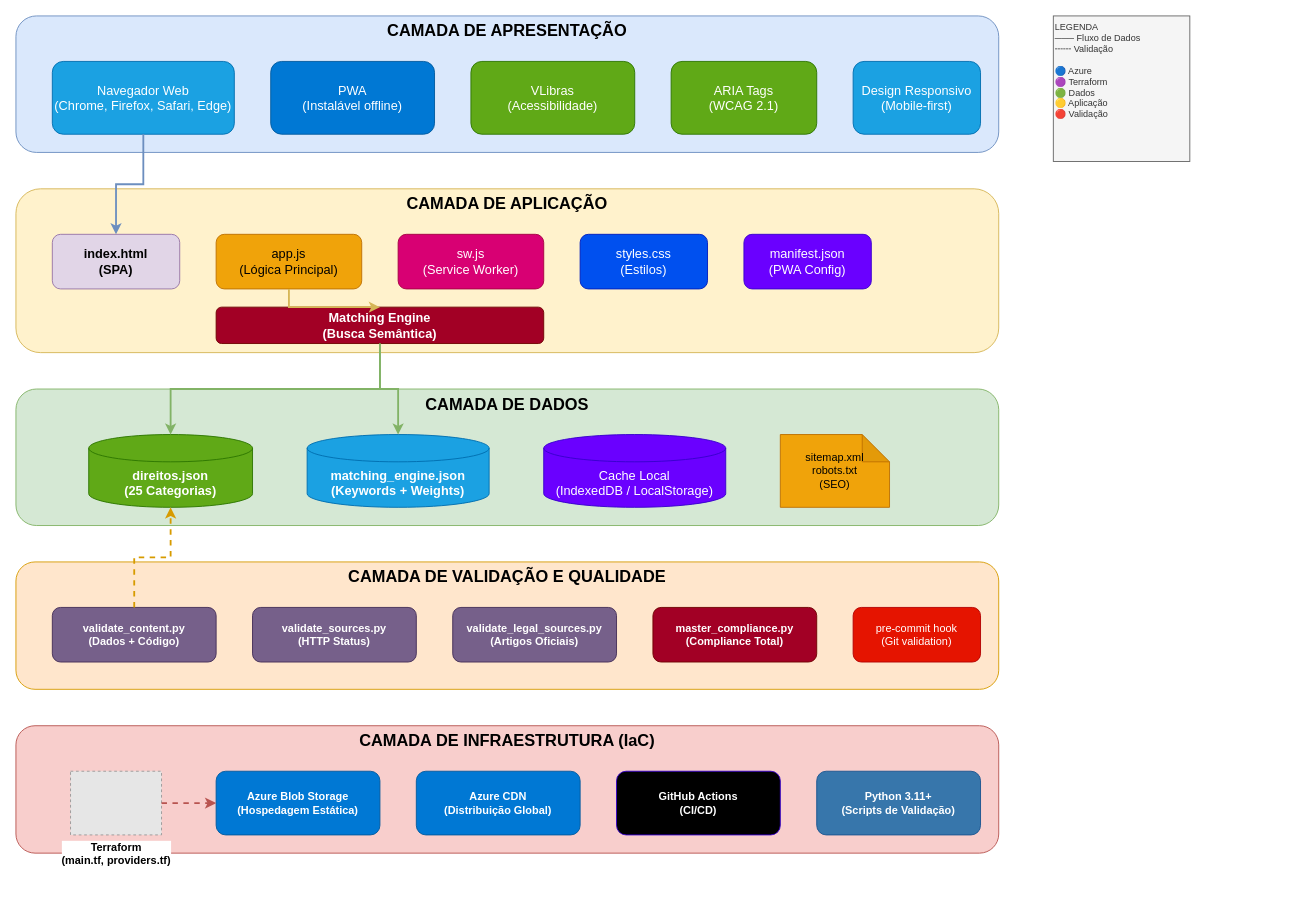
fabiotreze/nossodireito keeps this draw.io diagram as docs/ARCHITECTURE.drawio.xml. Above is the earlier version. Source tidied: cells renumbered, new cells numbered last; positions are measured from the earlier drawing's top-left corner, leaving out a move shared by most shapes. Both pictures are drawn from the tidied source at 91%, with x=0, y=0 at pixel (15, 15). Pictures stored in the file or linked from it are replaced by grey dashed boxes.
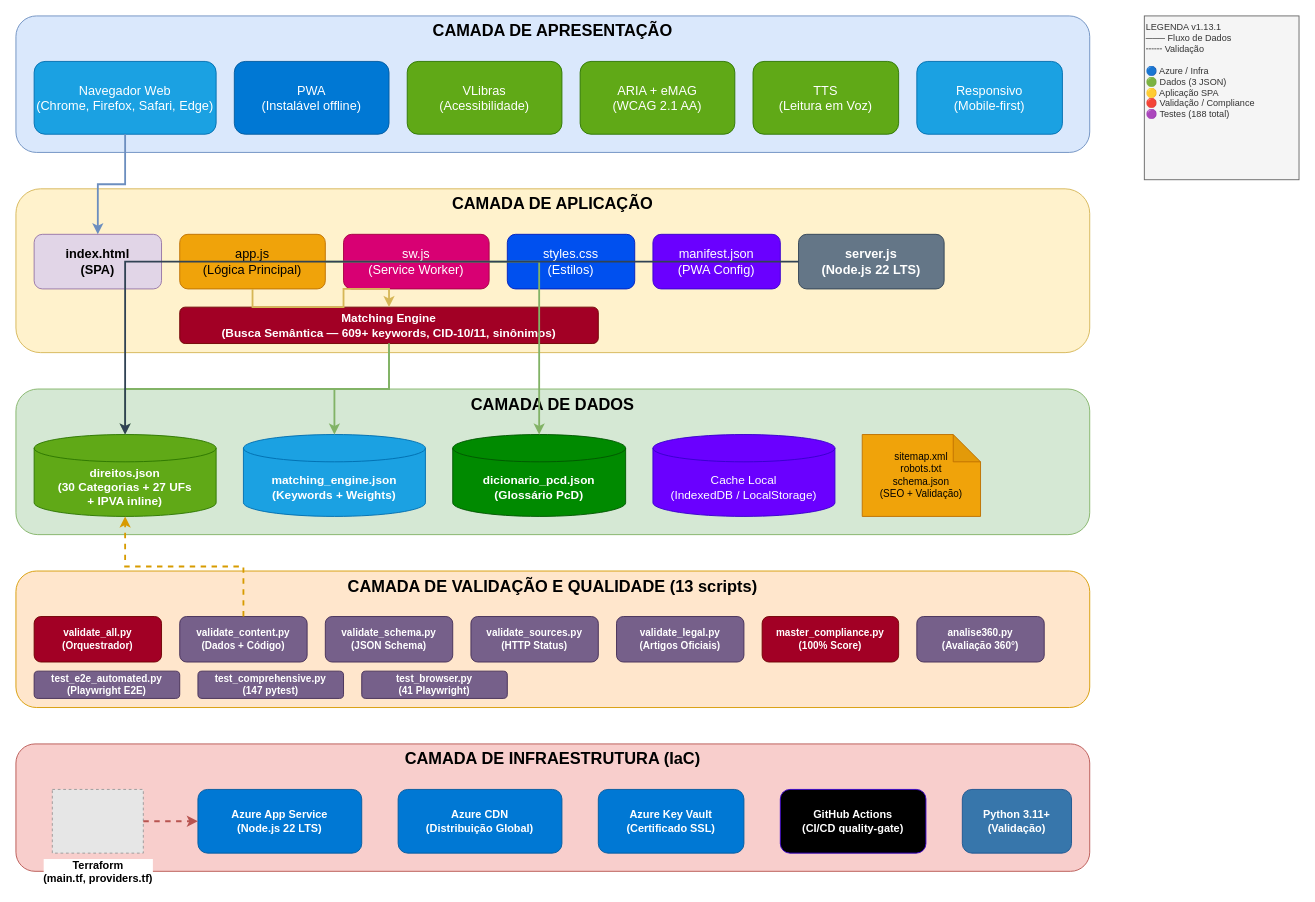
After the change.

Change to the diagram source:
```diff
@@
     <mxCell id="2" value="CAMADA DE APRESENTAÇÃO" style="rounded=1;whiteSpace=wrap;html=1;fillColor=#dae8fc;strokeColor=#6c8ebf;fontSize=18;fontStyle=1;verticalAlign=top;" parent="1" vertex="1">
-      <mxGeometry width="1080" height="150" as="geometry" />
+      <mxGeometry width="1180" height="150" as="geometry" />
     </mxCell>
     <mxCell id="3" value="Navegador Web&#10;(Chrome, Firefox, Safari, Edge)" style="rounded=1;whiteSpace=wrap;html=1;fillColor=#1ba1e2;fontColor=#ffffff;strokeColor=#006EAF;fontSize=14;" parent="1" vertex="1">
-      <mxGeometry x="40" y="50" width="200" height="80" as="geometry" />
+      <mxGeometry x="20" y="50" width="200" height="80" as="geometry" />
     </mxCell>
     <mxCell id="4" value="PWA&#10;(Instalável offline)" style="rounded=1;whiteSpace=wrap;html=1;fillColor=#0078d4;fontColor=#ffffff;strokeColor=#005a9e;fontSize=14;" parent="1" vertex="1">
-      <mxGeometry x="280" y="50" width="180" height="80" as="geometry" />
+      <mxGeometry x="240" y="50" width="170" height="80" as="geometry" />
     </mxCell>
     <mxCell id="5" value="VLibras&#10;(Acessibilidade)" style="rounded=1;whiteSpace=wrap;html=1;fillColor=#60a917;fontColor=#ffffff;strokeColor=#2D7600;fontSize=14;" parent="1" vertex="1">
-      <mxGeometry x="500" y="50" width="180" height="80" as="geometry" />
+      <mxGeometry x="430" y="50" width="170" height="80" as="geometry" />
     </mxCell>
-    <mxCell id="6" value="ARIA Tags&#10;(WCAG 2.1)" style="rounded=1;whiteSpace=wrap;html=1;fillColor=#60a917;fontColor=#ffffff;strokeColor=#2D7600;fontSize=14;" parent="1" vertex="1">
-      <mxGeometry x="720" y="50" width="160" height="80" as="geometry" />
+    <mxCell id="6" value="ARIA + eMAG&#10;(WCAG 2.1 AA)" style="rounded=1;whiteSpace=wrap;html=1;fillColor=#60a917;fontColor=#ffffff;strokeColor=#2D7600;fontSize=14;" parent="1" vertex="1">
+      <mxGeometry x="620" y="50" width="170" height="80" as="geometry" />
     </mxCell>
+    <mxCell id="39" value="TTS&#10;(Leitura em Voz)" style="rounded=1;whiteSpace=wrap;html=1;fillColor=#60a917;fontColor=#ffffff;strokeColor=#2D7600;fontSize=14;" parent="1" vertex="1">
+      <mxGeometry x="810" y="50" width="160" height="80" as="geometry" />
+    </mxCell>
-    <mxCell id="7" value="Design Responsivo&#10;(Mobile-first)" style="rounded=1;whiteSpace=wrap;html=1;fillColor=#1ba1e2;fontColor=#ffffff;strokeColor=#006EAF;fontSize=14;" parent="1" vertex="1">
-      <mxGeometry x="920" y="50" width="140" height="80" as="geometry" />
+    <mxCell id="7" value="Responsivo&#10;(Mobile-first)" style="rounded=1;whiteSpace=wrap;html=1;fillColor=#1ba1e2;fontColor=#ffffff;strokeColor=#006EAF;fontSize=14;" parent="1" vertex="1">
+      <mxGeometry x="990" y="50" width="160" height="80" as="geometry" />
     </mxCell>
     <mxCell id="8" value="CAMADA DE APLICAÇÃO" style="rounded=1;whiteSpace=wrap;html=1;fillColor=#fff2cc;strokeColor=#d6b656;fontSize=18;fontStyle=1;verticalAlign=top;" parent="1" vertex="1">
-      <mxGeometry y="190" width="1080" height="180" as="geometry" />
+      <mxGeometry y="190" width="1180" height="180" as="geometry" />
     </mxCell>
     <mxCell id="9" value="index.html&#10;(SPA)" style="rounded=1;whiteSpace=wrap;html=1;fillColor=#e1d5e7;strokeColor=#9673a6;fontSize=14;fontStyle=1;" parent="1" vertex="1">
-      <mxGeometry x="40" y="240" width="140" height="60" as="geometry" />
+      <mxGeometry x="20" y="240" width="140" height="60" as="geometry" />
     </mxCell>
     <mxCell id="10" value="app.js&#10;(Lógica Principal)" style="rounded=1;whiteSpace=wrap;html=1;fillColor=#f0a30a;fontColor=#000000;strokeColor=#BD7000;fontSize=14;" parent="1" vertex="1">
-      <mxGeometry x="220" y="240" width="160" height="60" as="geometry" />
+      <mxGeometry x="180" y="240" width="160" height="60" as="geometry" />
     </mxCell>
     <mxCell id="11" value="sw.js&#10;(Service Worker)" style="rounded=1;whiteSpace=wrap;html=1;fillColor=#d80073;fontColor=#ffffff;strokeColor=#A50040;fontSize=14;" parent="1" vertex="1">
-      <mxGeometry x="420" y="240" width="160" height="60" as="geometry" />
+      <mxGeometry x="360" y="240" width="160" height="60" as="geometry" />
     </mxCell>
     <mxCell id="12" value="styles.css&#10;(Estilos)" style="rounded=1;whiteSpace=wrap;html=1;fillColor=#0050ef;fontColor=#ffffff;strokeColor=#001DBC;fontSize=14;" parent="1" vertex="1">
-      <mxGeometry x="620" y="240" width="140" height="60" as="geometry" />
+      <mxGeometry x="540" y="240" width="140" height="60" as="geometry" />
     </mxCell>
     <mxCell id="13" value="manifest.json&#10;(PWA Config)" style="rounded=1;whiteSpace=wrap;html=1;fillColor=#6a00ff;fontColor=#ffffff;strokeColor=#3700CC;fontSize=14;" parent="1" vertex="1">
-      <mxGeometry x="800" y="240" width="140" height="60" as="geometry" />
+      <mxGeometry x="700" y="240" width="140" height="60" as="geometry" />
     </mxCell>
+    <mxCell id="40" value="server.js&#10;(Node.js 22 LTS)" style="rounded=1;whiteSpace=wrap;html=1;fillColor=#647687;fontColor=#ffffff;strokeColor=#314354;fontSize=14;fontStyle=1;" parent="1" vertex="1">
+      <mxGeometry x="860" y="240" width="160" height="60" as="geometry" />
+    </mxCell>
-    <mxCell id="14" value="Matching Engine&#10;(Busca Semântica)" style="rounded=1;whiteSpace=wrap;html=1;fillColor=#a20025;fontColor=#ffffff;strokeColor=#6F0000;fontSize=14;fontStyle=1;" parent="1" vertex="1">
-      <mxGeometry x="220" y="320" width="360" height="40" as="geometry" />
+    <mxCell id="14" value="Matching Engine&#10;(Busca Semântica — 609+ keywords, CID-10/11, sinônimos)" style="rounded=1;whiteSpace=wrap;html=1;fillColor=#a20025;fontColor=#ffffff;strokeColor=#6F0000;fontSize=13;fontStyle=1;" parent="1" vertex="1">
+      <mxGeometry x="180" y="320" width="460" height="40" as="geometry" />
     </mxCell>
     <mxCell id="15" value="CAMADA DE DADOS" style="rounded=1;whiteSpace=wrap;html=1;fillColor=#d5e8d4;strokeColor=#82b366;fontSize=18;fontStyle=1;verticalAlign=top;" parent="1" vertex="1">
-      <mxGeometry y="410" width="1080" height="150" as="geometry" />
+      <mxGeometry y="410" width="1180" height="160" as="geometry" />
     </mxCell>
-    <mxCell id="16" value="direitos.json&#10;(25 Categorias)" style="shape=cylinder3;whiteSpace=wrap;html=1;boundedLbl=1;backgroundOutline=1;size=15;fillColor=#60a917;fontColor=#ffffff;strokeColor=#2D7600;fontSize=14;fontStyle=1;" parent="1" vertex="1">
-      <mxGeometry x="80" y="460" width="180" height="80" as="geometry" />
+    <mxCell id="16" value="direitos.json&#10;(30 Categorias + 27 UFs&#10;+ IPVA inline)" style="shape=cylinder3;whiteSpace=wrap;html=1;boundedLbl=1;backgroundOutline=1;size=15;fillColor=#60a917;fontColor=#ffffff;strokeColor=#2D7600;fontSize=13;fontStyle=1;" parent="1" vertex="1">
+      <mxGeometry x="20" y="460" width="200" height="90" as="geometry" />
     </mxCell>
-    <mxCell id="17" value="matching_engine.json&#10;(Keywords + Weights)" style="shape=cylinder3;whiteSpace=wrap;html=1;boundedLbl=1;backgroundOutline=1;size=15;fillColor=#1ba1e2;fontColor=#ffffff;strokeColor=#006EAF;fontSize=14;fontStyle=1;" parent="1" vertex="1">
-      <mxGeometry x="320" y="460" width="200" height="80" as="geometry" />
+    <mxCell id="17" value="matching_engine.json&#10;(Keywords + Weights)" style="shape=cylinder3;whiteSpace=wrap;html=1;boundedLbl=1;backgroundOutline=1;size=15;fillColor=#1ba1e2;fontColor=#ffffff;strokeColor=#006EAF;fontSize=13;fontStyle=1;" parent="1" vertex="1">
+      <mxGeometry x="250" y="460" width="200" height="90" as="geometry" />
     </mxCell>
+    <mxCell id="41" value="dicionario_pcd.json&#10;(Glossário PcD)" style="shape=cylinder3;whiteSpace=wrap;html=1;boundedLbl=1;backgroundOutline=1;size=15;fillColor=#008a00;fontColor=#ffffff;strokeColor=#005700;fontSize=13;fontStyle=1;" parent="1" vertex="1">
+      <mxGeometry x="480" y="460" width="190" height="90" as="geometry" />
+    </mxCell>
-    <mxCell id="18" value="Cache Local&#10;(IndexedDB / LocalStorage)" style="shape=cylinder3;whiteSpace=wrap;html=1;boundedLbl=1;backgroundOutline=1;size=15;fillColor=#6a00ff;fontColor=#ffffff;strokeColor=#3700CC;fontSize=14;" parent="1" vertex="1">
-      <mxGeometry x="580" y="460" width="200" height="80" as="geometry" />
+    <mxCell id="18" value="Cache Local&#10;(IndexedDB / LocalStorage)" style="shape=cylinder3;whiteSpace=wrap;html=1;boundedLbl=1;backgroundOutline=1;size=15;fillColor=#6a00ff;fontColor=#ffffff;strokeColor=#3700CC;fontSize=13;" parent="1" vertex="1">
+      <mxGeometry x="700" y="460" width="200" height="90" as="geometry" />
     </mxCell>
-    <mxCell id="19" value="sitemap.xml&#10;robots.txt&#10;(SEO)" style="shape=note;whiteSpace=wrap;html=1;backgroundOutline=1;darkOpacity=0.05;fillColor=#f0a30a;strokeColor=#BD7000;fontSize=12;" parent="1" vertex="1">
-      <mxGeometry x="840" y="460" width="120" height="80" as="geometry" />
+    <mxCell id="19" value="sitemap.xml&#10;robots.txt&#10;schema.json&#10;(SEO + Validação)" style="shape=note;whiteSpace=wrap;html=1;backgroundOutline=1;darkOpacity=0.05;fillColor=#f0a30a;strokeColor=#BD7000;fontSize=11;" parent="1" vertex="1">
+      <mxGeometry x="930" y="460" width="130" height="90" as="geometry" />
     </mxCell>
-    <mxCell id="20" value="CAMADA DE VALIDAÇÃO E QUALIDADE" style="rounded=1;whiteSpace=wrap;html=1;fillColor=#ffe6cc;strokeColor=#d79b00;fontSize=18;fontStyle=1;verticalAlign=top;" parent="1" vertex="1">
-      <mxGeometry y="600" width="1080" height="140" as="geometry" />
+    <mxCell id="20" value="CAMADA DE VALIDAÇÃO E QUALIDADE (13 scripts)" style="rounded=1;whiteSpace=wrap;html=1;fillColor=#ffe6cc;strokeColor=#d79b00;fontSize=18;fontStyle=1;verticalAlign=top;" parent="1" vertex="1">
+      <mxGeometry y="610" width="1180" height="150" as="geometry" />
     </mxCell>
+    <mxCell id="42" value="validate_all.py&#10;(Orquestrador)" style="rounded=1;whiteSpace=wrap;html=1;fillColor=#a20025;fontColor=#ffffff;strokeColor=#6F0000;fontSize=11;fontStyle=1;" parent="1" vertex="1">
+      <mxGeometry x="20" y="660" width="140" height="50" as="geometry" />
+    </mxCell>
-    <mxCell id="21" value="validate_content.py&#10;(Dados + Código)" style="rounded=1;whiteSpace=wrap;html=1;fillColor=#76608a;fontColor=#ffffff;strokeColor=#432D57;fontSize=12;fontStyle=1;" parent="1" vertex="1">
-      <mxGeometry x="40" y="650" width="180" height="60" as="geometry" />
+    <mxCell id="21" value="validate_content.py&#10;(Dados + Código)" style="rounded=1;whiteSpace=wrap;html=1;fillColor=#76608a;fontColor=#ffffff;strokeColor=#432D57;fontSize=11;fontStyle=1;" parent="1" vertex="1">
+      <mxGeometry x="180" y="660" width="140" height="50" as="geometry" />
     </mxCell>
+    <mxCell id="43" value="validate_schema.py&#10;(JSON Schema)" style="rounded=1;whiteSpace=wrap;html=1;fillColor=#76608a;fontColor=#ffffff;strokeColor=#432D57;fontSize=11;fontStyle=1;" parent="1" vertex="1">
+      <mxGeometry x="340" y="660" width="140" height="50" as="geometry" />
+    </mxCell>
-    <mxCell id="22" value="validate_sources.py&#10;(HTTP Status)" style="rounded=1;whiteSpace=wrap;html=1;fillColor=#76608a;fontColor=#ffffff;strokeColor=#432D57;fontSize=12;fontStyle=1;" parent="1" vertex="1">
-      <mxGeometry x="260" y="650" width="180" height="60" as="geometry" />
+    <mxCell id="22" value="validate_sources.py&#10;(HTTP Status)" style="rounded=1;whiteSpace=wrap;html=1;fillColor=#76608a;fontColor=#ffffff;strokeColor=#432D57;fontSize=11;fontStyle=1;" parent="1" vertex="1">
+      <mxGeometry x="500" y="660" width="140" height="50" as="geometry" />
     </mxCell>
-    <mxCell id="23" value="validate_legal_sources.py&#10;(Artigos Oficiais)" style="rounded=1;whiteSpace=wrap;html=1;fillColor=#76608a;fontColor=#ffffff;strokeColor=#432D57;fontSize=12;fontStyle=1;" parent="1" vertex="1">
-      <mxGeometry x="480" y="650" width="180" height="60" as="geometry" />
+    <mxCell id="23" value="validate_legal.py&#10;(Artigos Oficiais)" style="rounded=1;whiteSpace=wrap;html=1;fillColor=#76608a;fontColor=#ffffff;strokeColor=#432D57;fontSize=11;fontStyle=1;" parent="1" vertex="1">
+      <mxGeometry x="660" y="660" width="140" height="50" as="geometry" />
     </mxCell>
-    <mxCell id="24" value="master_compliance.py&#10;(Compliance Total)" style="rounded=1;whiteSpace=wrap;html=1;fillColor=#a20025;fontColor=#ffffff;strokeColor=#6F0000;fontSize=12;fontStyle=1;" parent="1" vertex="1">
-      <mxGeometry x="700" y="650" width="180" height="60" as="geometry" />
+    <mxCell id="24" value="master_compliance.py&#10;(100% Score)" style="rounded=1;whiteSpace=wrap;html=1;fillColor=#a20025;fontColor=#ffffff;strokeColor=#6F0000;fontSize=11;fontStyle=1;" parent="1" vertex="1">
+      <mxGeometry x="820" y="660" width="150" height="50" as="geometry" />
     </mxCell>
-    <mxCell id="25" value="pre-commit hook&#10;(Git validation)" style="rounded=1;whiteSpace=wrap;html=1;fillColor=#e51400;fontColor=#ffffff;strokeColor=#B20000;fontSize=12;" parent="1" vertex="1">
-      <mxGeometry x="920" y="650" width="140" height="60" as="geometry" />
-    </mxCell>
+    <mxCell id="44" value="analise360.py&#10;(Avaliação 360°)" style="rounded=1;whiteSpace=wrap;html=1;fillColor=#76608a;fontColor=#ffffff;strokeColor=#432D57;fontSize=11;fontStyle=1;" parent="1" vertex="1">
+      <mxGeometry x="990" y="660" width="140" height="50" as="geometry" />
+    </mxCell>
+    <mxCell id="45" value="test_e2e_automated.py&#10;(Playwright E2E)" style="rounded=1;whiteSpace=wrap;html=1;fillColor=#76608a;fontColor=#ffffff;strokeColor=#432D57;fontSize=11;fontStyle=1;" parent="1" vertex="1">
+      <mxGeometry x="20" y="720" width="160" height="30" as="geometry" />
+    </mxCell>
+    <mxCell id="46" value="test_comprehensive.py&#10;(147 pytest)" style="rounded=1;whiteSpace=wrap;html=1;fillColor=#76608a;fontColor=#ffffff;strokeColor=#432D57;fontSize=11;fontStyle=1;" parent="1" vertex="1">
+      <mxGeometry x="200" y="720" width="160" height="30" as="geometry" />
+    </mxCell>
+    <mxCell id="47" value="test_browser.py&#10;(41 Playwright)" style="rounded=1;whiteSpace=wrap;html=1;fillColor=#76608a;fontColor=#ffffff;strokeColor=#432D57;fontSize=11;fontStyle=1;" parent="1" vertex="1">
+      <mxGeometry x="380" y="720" width="160" height="30" as="geometry" />
+    </mxCell>
     <mxCell id="26" value="CAMADA DE INFRAESTRUTURA (IaC)" style="rounded=1;whiteSpace=wrap;html=1;fillColor=#f8cecc;strokeColor=#b85450;fontSize=18;fontStyle=1;verticalAlign=top;" parent="1" vertex="1">
-      <mxGeometry y="780" width="1080" height="140" as="geometry" />
+      <mxGeometry y="800" width="1180" height="140" as="geometry" />
     </mxCell>
     <mxCell id="27" value="Terraform&#10;(main.tf, providers.tf)" style="fillColor=#E6E6E6;strokeColor=#999999;dashed=1;html=1;verticalAlign=top;verticalLabelPosition=bottom;labelBackgroundColor=#ffffff;fontSize=12;fontStyle=1;" parent="1" vertex="1">
-      <mxGeometry x="60" y="830" width="100" height="70" as="geometry" />
+      <mxGeometry x="40" y="850" width="100" height="70" as="geometry" />
     </mxCell>
-    <mxCell id="28" value="Azure Blob Storage&#10;(Hospedagem Estática)" style="rounded=1;whiteSpace=wrap;html=1;fillColor=#0078d4;fontColor=#ffffff;strokeColor=#005a9e;fontSize=12;fontStyle=1;" parent="1" vertex="1">
-      <mxGeometry x="220" y="830" width="180" height="70" as="geometry" />
+    <mxCell id="28" value="Azure App Service&#10;(Node.js 22 LTS)" style="rounded=1;whiteSpace=wrap;html=1;fillColor=#0078d4;fontColor=#ffffff;strokeColor=#005a9e;fontSize=12;fontStyle=1;" parent="1" vertex="1">
+      <mxGeometry x="200" y="850" width="180" height="70" as="geometry" />
     </mxCell>
     <mxCell id="29" value="Azure CDN&#10;(Distribuição Global)" style="rounded=1;whiteSpace=wrap;html=1;fillColor=#0078d4;fontColor=#ffffff;strokeColor=#005a9e;fontSize=12;fontStyle=1;" parent="1" vertex="1">
-      <mxGeometry x="440" y="830" width="180" height="70" as="geometry" />
+      <mxGeometry x="420" y="850" width="180" height="70" as="geometry" />
     </mxCell>
+    <mxCell id="48" value="Azure Key Vault&#10;(Certificado SSL)" style="rounded=1;whiteSpace=wrap;html=1;fillColor=#0078d4;fontColor=#ffffff;strokeColor=#005a9e;fontSize=12;fontStyle=1;" parent="1" vertex="1">
+      <mxGeometry x="640" y="850" width="160" height="70" as="geometry" />
+    </mxCell>
-    <mxCell id="30" value="GitHub Actions&#10;(CI/CD)" style="rounded=1;whiteSpace=wrap;html=1;fillColor=#000000;fontColor=#ffffff;strokeColor=#3700CC;fontSize=12;fontStyle=1;" parent="1" vertex="1">
-      <mxGeometry x="660" y="830" width="180" height="70" as="geometry" />
+    <mxCell id="30" value="GitHub Actions&#10;(CI/CD quality-gate)" style="rounded=1;whiteSpace=wrap;html=1;fillColor=#000000;fontColor=#ffffff;strokeColor=#3700CC;fontSize=12;fontStyle=1;" parent="1" vertex="1">
+      <mxGeometry x="840" y="850" width="160" height="70" as="geometry" />
     </mxCell>
-    <mxCell id="31" value="Python 3.11+&#10;(Scripts de Validação)" style="rounded=1;whiteSpace=wrap;html=1;fillColor=#3776ab;fontColor=#ffffff;strokeColor=#1a5490;fontSize=12;fontStyle=1;" parent="1" vertex="1">
-      <mxGeometry x="880" y="830" width="180" height="70" as="geometry" />
+    <mxCell id="31" value="Python 3.11+&#10;(Validação)" style="rounded=1;whiteSpace=wrap;html=1;fillColor=#3776ab;fontColor=#ffffff;strokeColor=#1a5490;fontSize=12;fontStyle=1;" parent="1" vertex="1">
+      <mxGeometry x="1040" y="850" width="120" height="70" as="geometry" />
     </mxCell>
@@
+    <mxCell id="49" style="edgeStyle=orthogonalEdgeStyle;rounded=0;jettySize=auto;html=1;strokeWidth=2;fillColor=#d5e8d4;strokeColor=#82b366;" parent="1" edge="1" source="10" target="41">
+      <mxGeometry relative="1" as="geometry" />
+    </mxCell>
@@
+    <mxCell id="50" style="edgeStyle=orthogonalEdgeStyle;rounded=0;jettySize=auto;html=1;strokeWidth=2;fillColor=#647687;strokeColor=#314354;" parent="1" edge="1" source="40" target="16">
+      <mxGeometry relative="1" as="geometry" />
+    </mxCell>
-    <mxCell id="38" value="LEGENDA&#10;─── Fluxo de Dados&#10;╌╌╌ Validação&#10;&#10;🔵 Azure&#10;🟣 Terraform&#10;🟢 Dados&#10;🟡 Aplicação&#10;🔴 Validação" style="rounded=0;whiteSpace=wrap;html=1;fillColor=#f5f5f5;fontColor=#333333;strokeColor=#666666;align=left;fontSize=10;verticalAlign=top;" parent="1" vertex="1">
-      <mxGeometry x="1140" width="150" height="160" as="geometry" />
+    <mxCell id="38" value="LEGENDA v1.13.1&#10;─── Fluxo de Dados&#10;╌╌╌ Validação&#10;&#10;🔵 Azure / Infra&#10;🟢 Dados (3 JSON)&#10;🟡 Aplicação SPA&#10;🔴 Validação / Compliance&#10;🟣 Testes (188 total)" style="rounded=0;whiteSpace=wrap;html=1;fillColor=#f5f5f5;fontColor=#333333;strokeColor=#666666;align=left;fontSize=10;verticalAlign=top;" parent="1" vertex="1">
+      <mxGeometry x="1240" width="170" height="180" as="geometry" />
     </mxCell>
```
